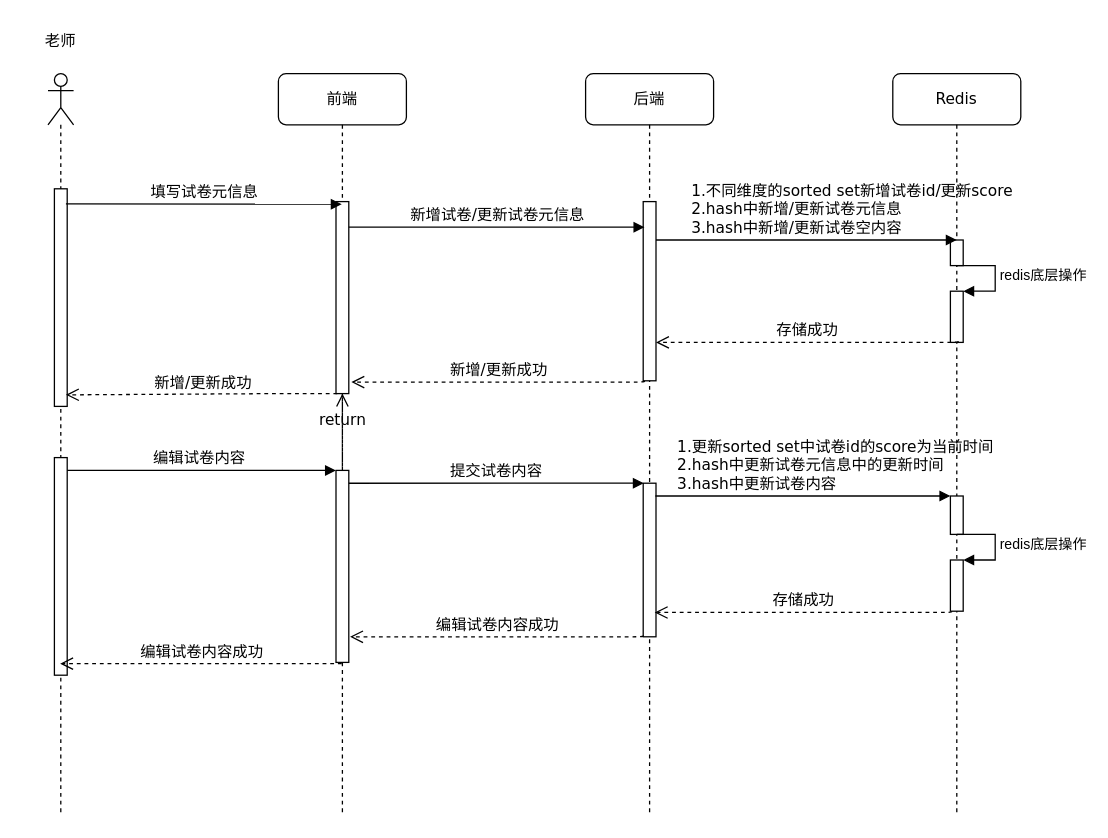
Before: 增改试卷.drawio in deanzz/blog, a draw.io diagram. Source tidied: cells renumbered, new cells numbered last; positions are measured from the earlier drawing's top-left corner, leaving out a move shared by most shapes. Both pictures are drawn from the tidied source at 128%, with x=0, y=0 at pixel (22, 22).
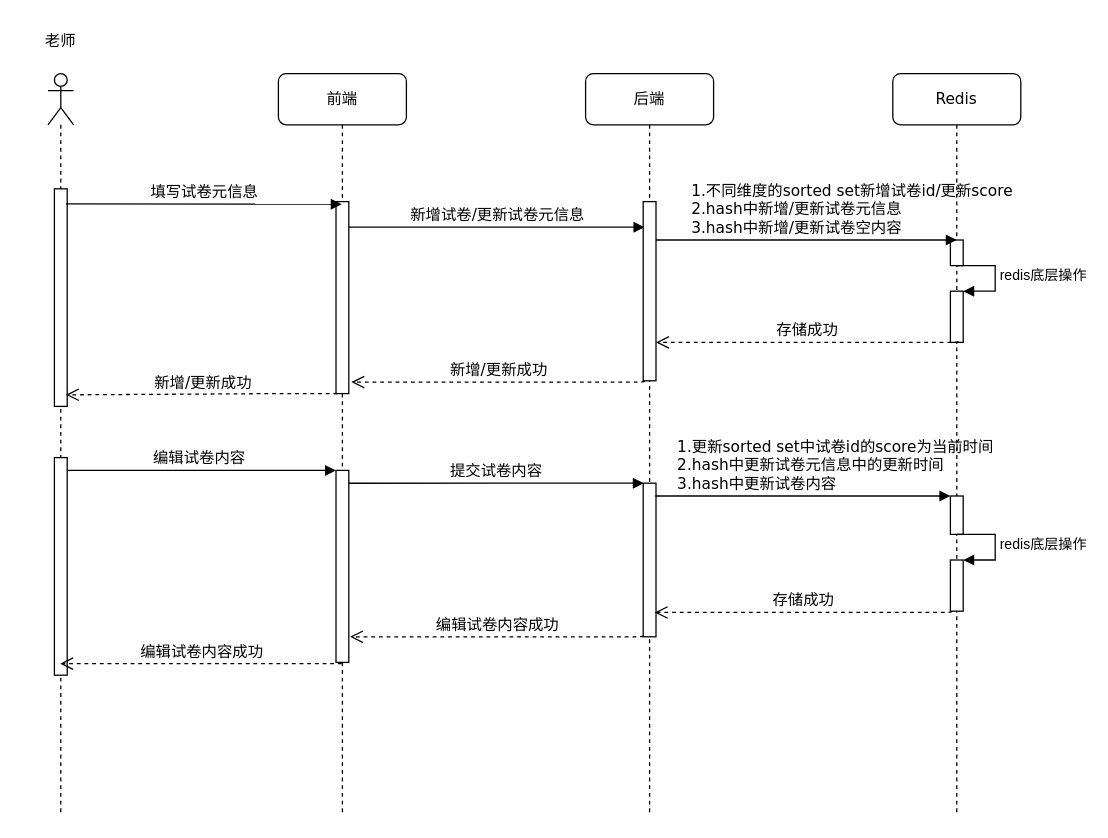
The same diagram, later.

Unchanged cells that the change refers to:
```xml
<mxCell id="14" value="前端" style="shape=umlLifeline;perimeter=lifelinePerimeter;whiteSpace=wrap;html=1;outlineConnect=0;rounded=1;shadow=0;comic=0;labelBackgroundColor=none;strokeWidth=1;fontFamily=Verdana;fontSize=12;align=center;" parent="1" vertex="1">
  <mxGeometry x="200" y="40" width="100" height="580" as="geometry" />
</mxCell>
<mxCell id="15" style="html=1;points=[];perimeter=orthogonalPerimeter;rounded=0;shadow=0;comic=0;labelBackgroundColor=none;strokeWidth=1;fontFamily=Verdana;fontSize=12;align=center;" parent="14" vertex="1">
  <mxGeometry x="45" y="100" width="10" height="150" as="geometry" />
</mxCell>
<mxCell id="16" style="html=1;points=[];perimeter=orthogonalPerimeter;rounded=0;shadow=0;comic=0;labelBackgroundColor=none;strokeWidth=1;fontFamily=Verdana;fontSize=12;align=center;" parent="14" vertex="1">
  <mxGeometry x="45" y="310" width="10" height="150" as="geometry" />
</mxCell>
```

Diff of the diagram source:
```diff
@@
-    <mxCell id="17" value="return" style="html=1;verticalAlign=bottom;endArrow=open;dashed=1;endSize=8;labelBackgroundColor=none;fontFamily=Verdana;fontSize=12;edgeStyle=elbowEdgeStyle;elbow=vertical;startArrow=none;" parent="14" edge="1" source="16" target="15">
-      <mxGeometry relative="1" as="geometry" />
-    </mxCell>
```
